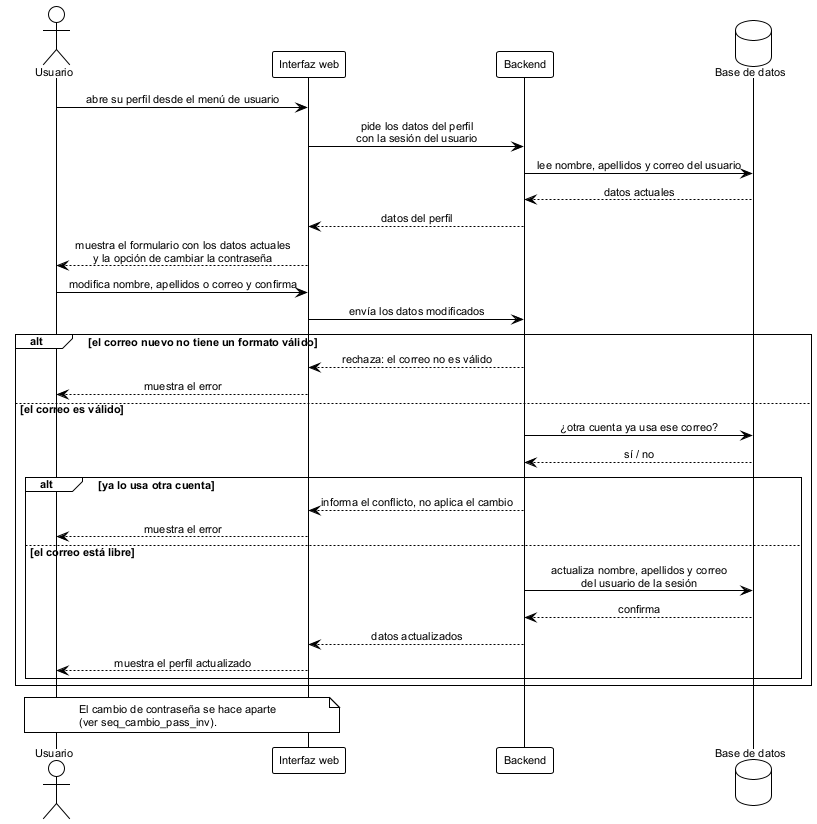
Above: figures/diagramas/seq_perfil.png in ErickJester/fst-ai-system-latex (PlantUML), before the change. The source it was exported from:
```plantuml
@startuml seq_perfil

!theme plain
skinparam defaultFontName Arial
skinparam defaultFontSize 11
skinparam shadowing false
skinparam sequenceMessageAlign center
skinparam BoxPadding 10

actor Usuario as u
participant "Interfaz web" as ui
participant Backend as api
database "Base de datos" as db

u -> ui: abre su perfil desde el menú de usuario
ui -> api: pide los datos del perfil\ncon la sesión del usuario
api -> db: lee nombre, apellidos y correo del usuario
db --> api: datos actuales
api --> ui: datos del perfil
ui --> u: muestra el formulario con los datos actuales\ny la opción de cambiar la contraseña

u -> ui: modifica nombre, apellidos o correo y confirma
ui -> api: envía los datos modificados

alt el correo nuevo no tiene un formato válido
  api --> ui: rechaza: el correo no es válido
  ui --> u: muestra el error
else el correo es válido
  api -> db: ¿otra cuenta ya usa ese correo?
  db --> api: sí / no

  alt ya lo usa otra cuenta
    api --> ui: informa el conflicto, no aplica el cambio
    ui --> u: muestra el error
  else el correo está libre
    api -> db: actualiza nombre, apellidos y correo\ndel usuario de la sesión
    db --> api: confirma
    api --> ui: datos actualizados
    ui --> u: muestra el perfil actualizado
  end
end

note over u, ui
  El cambio de contraseña se hace aparte
  (ver seq_cambio_pass_inv).
end note

@enduml
```
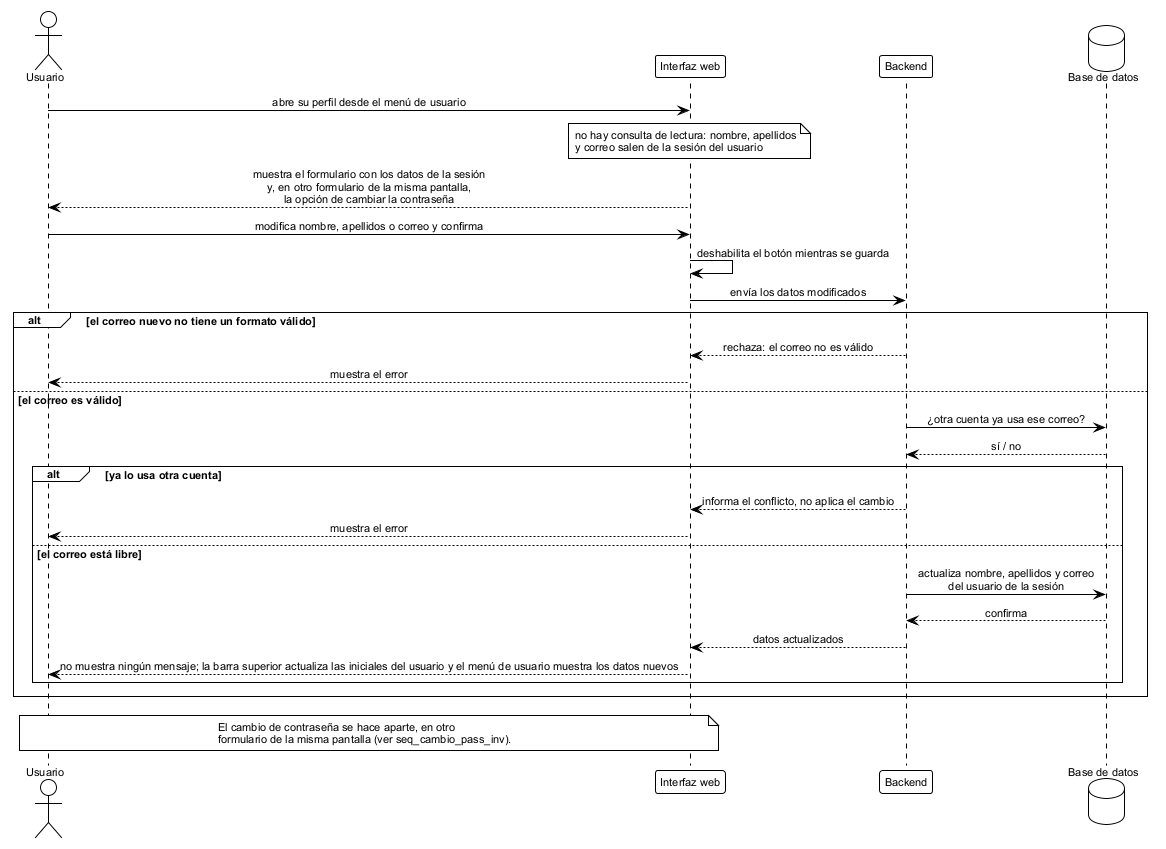
Above is the later version.

Change to the diagram source:
```diff
@@ -13,13 +13,14 @@
 database "Base de datos" as db
 
 u -> ui: abre su perfil desde el menú de usuario
-ui -> api: pide los datos del perfil\ncon la sesión del usuario
-api -> db: lee nombre, apellidos y correo del usuario
-db --> api: datos actuales
-api --> ui: datos del perfil
-ui --> u: muestra el formulario con los datos actuales\ny la opción de cambiar la contraseña
+note over ui
+  no hay consulta de lectura: nombre, apellidos
+  y correo salen de la sesión del usuario
+end note
+ui --> u: muestra el formulario con los datos de la sesión\ny, en otro formulario de la misma pantalla,\nla opción de cambiar la contraseña
 
 u -> ui: modifica nombre, apellidos o correo y confirma
+ui -> ui: deshabilita el botón mientras se guarda
 ui -> api: envía los datos modificados
 
 alt el correo nuevo no tiene un formato válido
@@ -36,13 +37,13 @@
     api -> db: actualiza nombre, apellidos y correo\ndel usuario de la sesión
     db --> api: confirma
     api --> ui: datos actualizados
-    ui --> u: muestra el perfil actualizado
+    ui --> u: no muestra ningún mensaje; la barra superior actualiza las iniciales del usuario y el menú de usuario muestra los datos nuevos
   end
 end
 
 note over u, ui
-  El cambio de contraseña se hace aparte
-  (ver seq_cambio_pass_inv).
+  El cambio de contraseña se hace aparte, en otro
+  formulario de la misma pantalla (ver seq_cambio_pass_inv).
 end note
 
 @enduml
```
